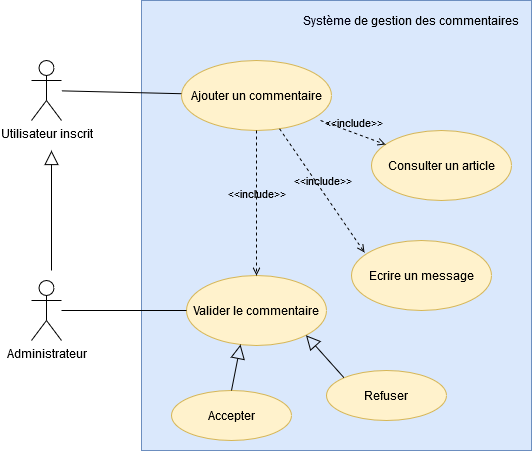
This is diagrammes/UseCase_ajout_commentaire.png from Eredost/Php-blog, a draw.io export, as it was before one commit. Source tidied: cells renumbered, new cells last; positions are measured from the earlier drawing's top-left corner, leaving out a move shared by most shapes.
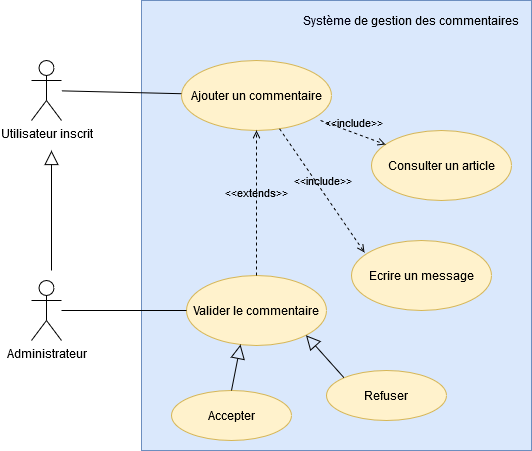
After the change.

Commit message:
docs: relation changed to "extends" in the add comment use case

Diff of the diagram source:
```diff
@@ -41,9 +41,6 @@
     <mxCell id="13" style="endArrow=block;endFill=0;endSize=12;html=1;exitX=0.5;exitY=0;exitDx=0;exitDy=0;entryX=0.386;entryY=0.986;entryDx=0;entryDy=0;entryPerimeter=0;" parent="1" edge="1" source="10" target="9">
       <mxGeometry relative="1" as="geometry" />
     </mxCell>
-    <mxCell id="14" value="&amp;lt;&amp;lt;include&amp;gt;&amp;gt;" style="html=1;verticalAlign=bottom;labelBackgroundColor=none;endArrow=open;endFill=0;dashed=1;exitX=0.5;exitY=1;exitDx=0;exitDy=0;entryX=0.5;entryY=0;entryDx=0;entryDy=0;" parent="1" edge="1" source="6" target="9">
-      <mxGeometry relative="1" as="geometry" />
-    </mxCell>
     <mxCell id="15" value="Consulter un article" style="ellipse;whiteSpace=wrap;html=1;fillColor=#fff2cc;strokeColor=#d6b656;" parent="1" vertex="1">
       <mxGeometry x="340" y="130" width="140" height="70" as="geometry" />
     </mxCell>
@@ -59,5 +56,8 @@
     <mxCell id="19" value="&amp;lt;&amp;lt;include&amp;gt;&amp;gt;" style="html=1;verticalAlign=bottom;labelBackgroundColor=none;endArrow=open;endFill=0;dashed=1;entryX=0.093;entryY=0.171;entryDx=0;entryDy=0;entryPerimeter=0;" parent="1" edge="1" source="6" target="18">
       <mxGeometry relative="1" as="geometry" />
     </mxCell>
+    <mxCell id="20" value="&amp;lt;&amp;lt;extends&amp;gt;&amp;gt;" style="html=1;verticalAlign=bottom;labelBackgroundColor=none;endArrow=open;endFill=0;dashed=1;entryX=0.5;entryY=1;entryDx=0;entryDy=0;exitX=0.5;exitY=0;exitDx=0;exitDy=0;" parent="1" edge="1" source="9" target="6">
+      <mxGeometry relative="1" as="geometry" />
+    </mxCell>
   </root>
 </mxGraphModel>
```
